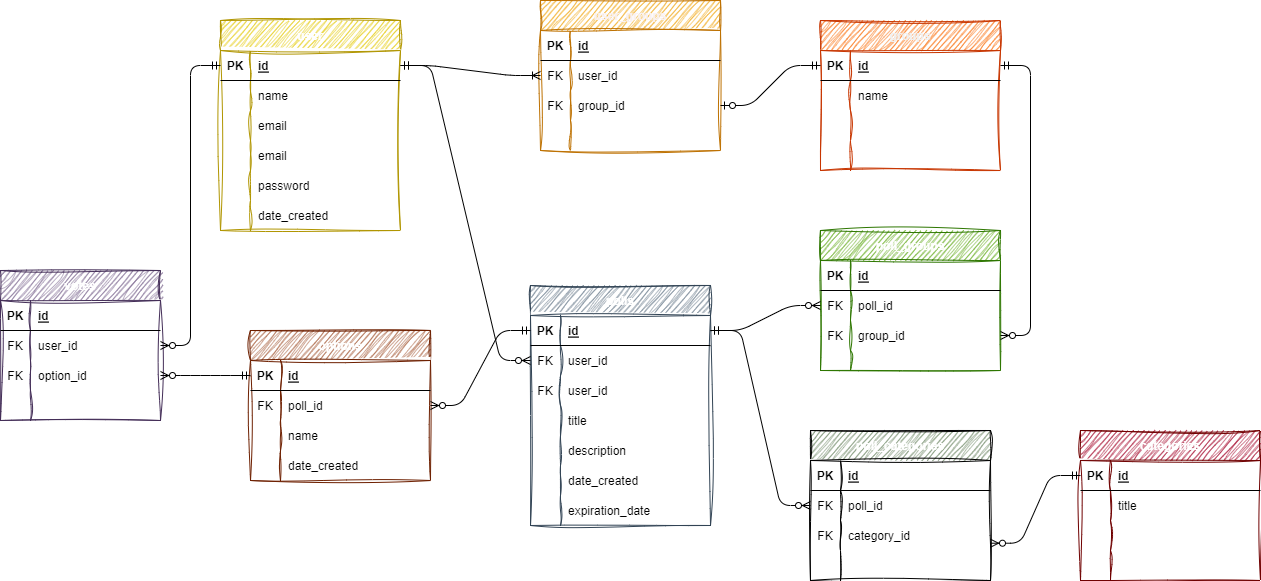
ttngbt06/Group4-Pole-Meet-Up keeps this draw.io diagram as Project 2 ERD.drawio.png. Above is the earlier version. Source tidied: cells renumbered, new cells last; positions are measured from the earlier drawing's top-left corner, leaving out a move shared by most shapes.
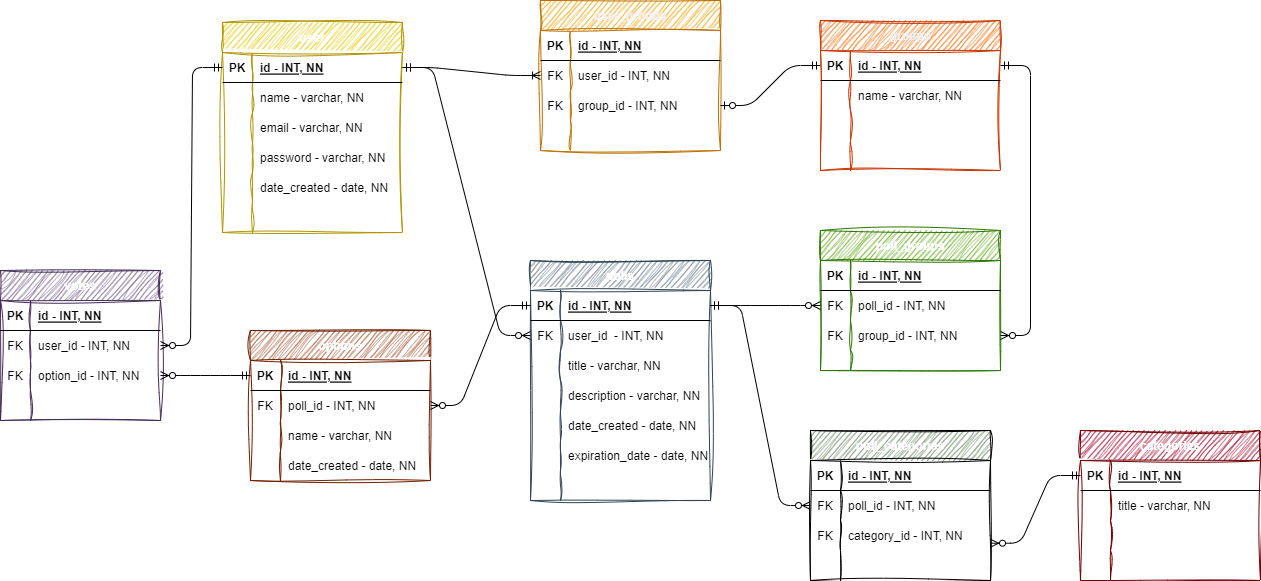
Above is the later version.

Commit message:
updated data types

Change to the diagram source:
```diff
@@ -13,3 +13,3 @@
     </mxCell>
-    <mxCell id="5" value="id" style="shape=partialRectangle;fillColor=none;top=0;left=0;bottom=0;right=0;align=left;spacingLeft=6;fontStyle=5;overflow=hidden;" parent="3" vertex="1">
+    <mxCell id="5" value="id - INT, NN" style="shape=partialRectangle;fillColor=none;top=0;left=0;bottom=0;right=0;align=left;spacingLeft=6;fontStyle=5;overflow=hidden;" parent="3" vertex="1">
       <mxGeometry x="30" width="150" height="30" as="geometry" />
@@ -22,3 +22,3 @@
     </mxCell>
-    <mxCell id="8" value="name" style="shape=partialRectangle;fillColor=none;top=0;left=0;bottom=0;right=0;align=left;spacingLeft=6;overflow=hidden;" parent="6" vertex="1">
+    <mxCell id="8" value="name - varchar, NN" style="shape=partialRectangle;fillColor=none;top=0;left=0;bottom=0;right=0;align=left;spacingLeft=6;overflow=hidden;" parent="6" vertex="1">
       <mxGeometry x="30" width="150" height="30" as="geometry" />
@@ -44,3 +44,3 @@
     <mxCell id="15" value="polls" style="shape=table;startSize=30;rowLines=0;fontStyle=1;align=center;fillColor=#647687;fontColor=#ffffff;strokeColor=#314354;swimlaneFillColor=default;sketch=1;curveFitting=1;jiggle=2;" parent="1" vertex="1">
-      <mxGeometry x="530" y="285" width="180" height="240" as="geometry" />
+      <mxGeometry x="530" y="260" width="180" height="240" as="geometry" />
     </mxCell>
@@ -52,3 +52,3 @@
     </mxCell>
-    <mxCell id="18" value="id" style="shape=partialRectangle;fillColor=none;top=0;left=0;bottom=0;right=0;align=left;spacingLeft=6;fontStyle=5;overflow=hidden;" parent="16" vertex="1">
+    <mxCell id="18" value="id - INT, NN" style="shape=partialRectangle;fillColor=none;top=0;left=0;bottom=0;right=0;align=left;spacingLeft=6;fontStyle=5;overflow=hidden;" parent="16" vertex="1">
       <mxGeometry x="30" width="150" height="30" as="geometry" />
@@ -61,16 +61,7 @@
     </mxCell>
-    <mxCell id="21" value="user_id   " style="shape=partialRectangle;fillColor=none;top=0;left=0;bottom=0;right=0;align=left;spacingLeft=6;overflow=hidden;" parent="19" vertex="1">
+    <mxCell id="21" value="user_id  - INT, NN" style="shape=partialRectangle;fillColor=none;top=0;left=0;bottom=0;right=0;align=left;spacingLeft=6;overflow=hidden;" parent="19" vertex="1">
       <mxGeometry x="30" width="150" height="30" as="geometry" />
     </mxCell>
-    <mxCell id="22" style="shape=tableRow;horizontal=0;startSize=0;swimlaneHead=0;swimlaneBody=0;fillColor=none;top=0;left=0;right=0;bottom=0;" parent="15" vertex="1">
-      <mxGeometry y="90" width="180" height="30" as="geometry" />
-    </mxCell>
-    <mxCell id="23" value="FK" style="shape=partialRectangle;fillColor=none;top=0;left=0;bottom=0;right=0;overflow=hidden;" parent="22" vertex="1">
-      <mxGeometry width="30" height="30" as="geometry" />
-    </mxCell>
-    <mxCell id="24" value="user_id   " style="shape=partialRectangle;fillColor=none;top=0;left=0;bottom=0;right=0;align=left;spacingLeft=6;overflow=hidden;" parent="22" vertex="1">
-      <mxGeometry x="30" width="150" height="30" as="geometry" />
-    </mxCell>
     <mxCell id="25" style="shape=tableRow;horizontal=0;startSize=0;swimlaneHead=0;swimlaneBody=0;fillColor=none;top=0;left=0;right=0;bottom=0;" parent="15" vertex="1">
-      <mxGeometry y="120" width="180" height="30" as="geometry" />
+      <mxGeometry y="90" width="180" height="30" as="geometry" />
     </mxCell>
@@ -79,3 +70,3 @@
     </mxCell>
-    <mxCell id="27" value="title" style="shape=partialRectangle;fillColor=none;top=0;left=0;bottom=0;right=0;align=left;spacingLeft=6;overflow=hidden;" parent="25" vertex="1">
+    <mxCell id="27" value="title - varchar, NN" style="shape=partialRectangle;fillColor=none;top=0;left=0;bottom=0;right=0;align=left;spacingLeft=6;overflow=hidden;" parent="25" vertex="1">
       <mxGeometry x="30" width="150" height="30" as="geometry" />
@@ -83,3 +74,3 @@
     <mxCell id="28" style="shape=tableRow;horizontal=0;startSize=0;swimlaneHead=0;swimlaneBody=0;fillColor=none;top=0;left=0;right=0;bottom=0;" parent="15" vertex="1">
-      <mxGeometry y="150" width="180" height="30" as="geometry" />
+      <mxGeometry y="120" width="180" height="30" as="geometry" />
     </mxCell>
@@ -88,3 +79,3 @@
     </mxCell>
-    <mxCell id="30" value="description" style="shape=partialRectangle;fillColor=none;top=0;left=0;bottom=0;right=0;align=left;spacingLeft=6;overflow=hidden;" parent="28" vertex="1">
+    <mxCell id="30" value="description - varchar, NN" style="shape=partialRectangle;fillColor=none;top=0;left=0;bottom=0;right=0;align=left;spacingLeft=6;overflow=hidden;" parent="28" vertex="1">
       <mxGeometry x="30" width="150" height="30" as="geometry" />
@@ -92,3 +83,3 @@
     <mxCell id="31" style="shape=tableRow;horizontal=0;startSize=0;swimlaneHead=0;swimlaneBody=0;fillColor=none;top=0;left=0;right=0;bottom=0;" parent="15" vertex="1">
-      <mxGeometry y="180" width="180" height="30" as="geometry" />
+      <mxGeometry y="150" width="180" height="30" as="geometry" />
     </mxCell>
@@ -97,3 +88,3 @@
     </mxCell>
-    <mxCell id="33" value="date_created" style="shape=partialRectangle;fillColor=none;top=0;left=0;bottom=0;right=0;align=left;spacingLeft=6;overflow=hidden;" parent="31" vertex="1">
+    <mxCell id="33" value="date_created - date, NN" style="shape=partialRectangle;fillColor=none;top=0;left=0;bottom=0;right=0;align=left;spacingLeft=6;overflow=hidden;" parent="31" vertex="1">
       <mxGeometry x="30" width="150" height="30" as="geometry" />
@@ -101,3 +92,3 @@
     <mxCell id="34" style="shape=tableRow;horizontal=0;startSize=0;swimlaneHead=0;swimlaneBody=0;fillColor=none;top=0;left=0;right=0;bottom=0;" parent="15" vertex="1">
-      <mxGeometry y="210" width="180" height="30" as="geometry" />
+      <mxGeometry y="180" width="180" height="30" as="geometry" />
     </mxCell>
@@ -106,5 +97,14 @@
     </mxCell>
-    <mxCell id="36" value="expiration_date" style="shape=partialRectangle;fillColor=none;top=0;left=0;bottom=0;right=0;align=left;spacingLeft=6;overflow=hidden;" parent="34" vertex="1">
+    <mxCell id="36" value="expiration_date - date, NN" style="shape=partialRectangle;fillColor=none;top=0;left=0;bottom=0;right=0;align=left;spacingLeft=6;overflow=hidden;" parent="34" vertex="1">
       <mxGeometry x="30" width="150" height="30" as="geometry" />
     </mxCell>
+    <mxCell id="22" style="shape=tableRow;horizontal=0;startSize=0;swimlaneHead=0;swimlaneBody=0;fillColor=none;top=0;left=0;right=0;bottom=0;" parent="15" vertex="1">
+      <mxGeometry y="210" width="180" height="30" as="geometry" />
+    </mxCell>
+    <mxCell id="23" style="shape=partialRectangle;fillColor=none;top=0;left=0;bottom=0;right=0;overflow=hidden;" parent="22" vertex="1">
+      <mxGeometry width="30" height="30" as="geometry" />
+    </mxCell>
+    <mxCell id="24" style="shape=partialRectangle;fillColor=none;top=0;left=0;bottom=0;right=0;align=left;spacingLeft=6;overflow=hidden;" parent="22" vertex="1">
+      <mxGeometry x="30" width="150" height="30" as="geometry" />
+    </mxCell>
     <mxCell id="37" value="poll_groups" style="shape=table;startSize=30;rowLines=0;fontStyle=1;align=center;fillColor=#60a917;strokeColor=#2D7600;fontColor=#ffffff;swimlaneFillColor=default;sketch=1;curveFitting=1;jiggle=2;" parent="1" vertex="1">
@@ -118,3 +118,3 @@
     </mxCell>
-    <mxCell id="40" value="id" style="shape=partialRectangle;fillColor=none;top=0;left=0;bottom=0;right=0;align=left;spacingLeft=6;fontStyle=5;overflow=hidden;" parent="38" vertex="1">
+    <mxCell id="40" value="id - INT, NN" style="shape=partialRectangle;fillColor=none;top=0;left=0;bottom=0;right=0;align=left;spacingLeft=6;fontStyle=5;overflow=hidden;" parent="38" vertex="1">
       <mxGeometry x="30" width="150" height="30" as="geometry" />
@@ -127,3 +127,3 @@
     </mxCell>
-    <mxCell id="43" value="poll_id" style="shape=partialRectangle;fillColor=none;top=0;left=0;bottom=0;right=0;align=left;spacingLeft=6;overflow=hidden;" parent="41" vertex="1">
+    <mxCell id="43" value="poll_id - INT, NN" style="shape=partialRectangle;fillColor=none;top=0;left=0;bottom=0;right=0;align=left;spacingLeft=6;overflow=hidden;" parent="41" vertex="1">
       <mxGeometry x="30" width="150" height="30" as="geometry" />
@@ -136,3 +136,3 @@
     </mxCell>
-    <mxCell id="46" value="group_id" style="shape=partialRectangle;fillColor=none;top=0;left=0;bottom=0;right=0;align=left;spacingLeft=6;overflow=hidden;" parent="44" vertex="1">
+    <mxCell id="46" value="group_id - INT, NN" style="shape=partialRectangle;fillColor=none;top=0;left=0;bottom=0;right=0;align=left;spacingLeft=6;overflow=hidden;" parent="44" vertex="1">
       <mxGeometry x="30" width="150" height="30" as="geometry" />
@@ -157,3 +157,3 @@
     </mxCell>
-    <mxCell id="53" value="id" style="shape=partialRectangle;fillColor=none;top=0;left=0;bottom=0;right=0;align=left;spacingLeft=6;fontStyle=5;overflow=hidden;" parent="51" vertex="1">
+    <mxCell id="53" value="id - INT, NN" style="shape=partialRectangle;fillColor=none;top=0;left=0;bottom=0;right=0;align=left;spacingLeft=6;fontStyle=5;overflow=hidden;" parent="51" vertex="1">
       <mxGeometry x="30" width="150" height="30" as="geometry" />
@@ -166,3 +166,3 @@
     </mxCell>
-    <mxCell id="56" value="poll_id" style="shape=partialRectangle;fillColor=none;top=0;left=0;bottom=0;right=0;align=left;spacingLeft=6;overflow=hidden;" parent="54" vertex="1">
+    <mxCell id="56" value="poll_id - INT, NN" style="shape=partialRectangle;fillColor=none;top=0;left=0;bottom=0;right=0;align=left;spacingLeft=6;overflow=hidden;" parent="54" vertex="1">
       <mxGeometry x="30" width="150" height="30" as="geometry" />
@@ -175,3 +175,3 @@
     </mxCell>
-    <mxCell id="59" value="name" style="shape=partialRectangle;fillColor=none;top=0;left=0;bottom=0;right=0;align=left;spacingLeft=6;overflow=hidden;" parent="57" vertex="1">
+    <mxCell id="59" value="name - varchar, NN" style="shape=partialRectangle;fillColor=none;top=0;left=0;bottom=0;right=0;align=left;spacingLeft=6;overflow=hidden;" parent="57" vertex="1">
       <mxGeometry x="30" width="150" height="30" as="geometry" />
@@ -184,3 +184,3 @@
     </mxCell>
-    <mxCell id="62" value="date_created" style="shape=partialRectangle;fillColor=none;top=0;left=0;bottom=0;right=0;align=left;spacingLeft=6;overflow=hidden;" parent="60" vertex="1">
+    <mxCell id="62" value="date_created - date, NN" style="shape=partialRectangle;fillColor=none;top=0;left=0;bottom=0;right=0;align=left;spacingLeft=6;overflow=hidden;" parent="60" vertex="1">
       <mxGeometry x="30" width="150" height="30" as="geometry" />
@@ -196,3 +196,3 @@
     </mxCell>
-    <mxCell id="66" value="id" style="shape=partialRectangle;fillColor=none;top=0;left=0;bottom=0;right=0;align=left;spacingLeft=6;fontStyle=5;overflow=hidden;" parent="64" vertex="1">
+    <mxCell id="66" value="id - INT, NN" style="shape=partialRectangle;fillColor=none;top=0;left=0;bottom=0;right=0;align=left;spacingLeft=6;fontStyle=5;overflow=hidden;" parent="64" vertex="1">
       <mxGeometry x="30" width="130" height="30" as="geometry" />
@@ -205,3 +205,3 @@
     </mxCell>
-    <mxCell id="69" value="user_id" style="shape=partialRectangle;fillColor=none;top=0;left=0;bottom=0;right=0;align=left;spacingLeft=6;overflow=hidden;" parent="67" vertex="1">
+    <mxCell id="69" value="user_id - INT, NN" style="shape=partialRectangle;fillColor=none;top=0;left=0;bottom=0;right=0;align=left;spacingLeft=6;overflow=hidden;" parent="67" vertex="1">
       <mxGeometry x="30" width="130" height="30" as="geometry" />
@@ -214,3 +214,3 @@
     </mxCell>
-    <mxCell id="72" value="option_id" style="shape=partialRectangle;fillColor=none;top=0;left=0;bottom=0;right=0;align=left;spacingLeft=6;overflow=hidden;" parent="70" vertex="1">
+    <mxCell id="72" value="option_id - INT, NN" style="shape=partialRectangle;fillColor=none;top=0;left=0;bottom=0;right=0;align=left;spacingLeft=6;overflow=hidden;" parent="70" vertex="1">
       <mxGeometry x="30" width="130" height="30" as="geometry" />
@@ -235,3 +235,3 @@
     </mxCell>
-    <mxCell id="79" value="id" style="shape=partialRectangle;fillColor=none;top=0;left=0;bottom=0;right=0;align=left;spacingLeft=6;fontStyle=5;overflow=hidden;" parent="77" vertex="1">
+    <mxCell id="79" value="id - INT, NN" style="shape=partialRectangle;fillColor=none;top=0;left=0;bottom=0;right=0;align=left;spacingLeft=6;fontStyle=5;overflow=hidden;" parent="77" vertex="1">
       <mxGeometry x="30" width="150" height="30" as="geometry" />
@@ -244,3 +244,3 @@
     </mxCell>
-    <mxCell id="82" value="poll_id" style="shape=partialRectangle;fillColor=none;top=0;left=0;bottom=0;right=0;align=left;spacingLeft=6;overflow=hidden;" parent="80" vertex="1">
+    <mxCell id="82" value="poll_id - INT, NN" style="shape=partialRectangle;fillColor=none;top=0;left=0;bottom=0;right=0;align=left;spacingLeft=6;overflow=hidden;" parent="80" vertex="1">
       <mxGeometry x="30" width="150" height="30" as="geometry" />
@@ -253,3 +253,3 @@
     </mxCell>
-    <mxCell id="85" value="category_id" style="shape=partialRectangle;fillColor=none;top=0;left=0;bottom=0;right=0;align=left;spacingLeft=6;overflow=hidden;" parent="83" vertex="1">
+    <mxCell id="85" value="category_id - INT, NN" style="shape=partialRectangle;fillColor=none;top=0;left=0;bottom=0;right=0;align=left;spacingLeft=6;overflow=hidden;" parent="83" vertex="1">
       <mxGeometry x="30" width="150" height="30" as="geometry" />
@@ -274,3 +274,3 @@
     </mxCell>
-    <mxCell id="92" value="id" style="shape=partialRectangle;fillColor=none;top=0;left=0;bottom=0;right=0;align=left;spacingLeft=6;fontStyle=5;overflow=hidden;" parent="90" vertex="1">
+    <mxCell id="92" value="id - INT, NN" style="shape=partialRectangle;fillColor=none;top=0;left=0;bottom=0;right=0;align=left;spacingLeft=6;fontStyle=5;overflow=hidden;" parent="90" vertex="1">
       <mxGeometry x="30" width="150" height="30" as="geometry" />
@@ -283,3 +283,3 @@
     </mxCell>
-    <mxCell id="95" value="title" style="shape=partialRectangle;fillColor=none;top=0;left=0;bottom=0;right=0;align=left;spacingLeft=6;overflow=hidden;" parent="93" vertex="1">
+    <mxCell id="95" value="title - varchar, NN" style="shape=partialRectangle;fillColor=none;top=0;left=0;bottom=0;right=0;align=left;spacingLeft=6;overflow=hidden;" parent="93" vertex="1">
       <mxGeometry x="30" width="150" height="30" as="geometry" />
@@ -305,3 +305,3 @@
     <mxCell id="102" value="user" style="shape=table;startSize=30;rowLines=0;fontStyle=1;align=center;fillColor=#e3c800;fontColor=#FFFFFF;strokeColor=#B09500;swimlaneFillColor=default;sketch=1;curveFitting=1;jiggle=2;" parent="1" vertex="1">
-      <mxGeometry x="220" y="20" width="180" height="210" as="geometry" />
+      <mxGeometry x="222" y="22" width="180" height="210" as="geometry" />
     </mxCell>
@@ -313,3 +313,3 @@
     </mxCell>
-    <mxCell id="105" value="id" style="shape=partialRectangle;fillColor=none;top=0;left=0;bottom=0;right=0;align=left;spacingLeft=6;fontStyle=5;overflow=hidden;" parent="103" vertex="1">
+    <mxCell id="105" value="id - INT, NN" style="shape=partialRectangle;fillColor=none;top=0;left=0;bottom=0;right=0;align=left;spacingLeft=6;fontStyle=5;overflow=hidden;" parent="103" vertex="1">
       <mxGeometry x="30" width="150" height="30" as="geometry" />
@@ -322,16 +322,7 @@
     </mxCell>
-    <mxCell id="108" value="name" style="shape=partialRectangle;fillColor=none;top=0;left=0;bottom=0;right=0;align=left;spacingLeft=6;overflow=hidden;" parent="106" vertex="1">
+    <mxCell id="108" value="name - varchar, NN" style="shape=partialRectangle;fillColor=none;top=0;left=0;bottom=0;right=0;align=left;spacingLeft=6;overflow=hidden;" parent="106" vertex="1">
       <mxGeometry x="30" width="150" height="30" as="geometry" />
     </mxCell>
-    <mxCell id="109" style="shape=tableRow;horizontal=0;startSize=0;swimlaneHead=0;swimlaneBody=0;fillColor=none;top=0;left=0;right=0;bottom=0;" parent="102" vertex="1">
-      <mxGeometry y="90" width="180" height="30" as="geometry" />
-    </mxCell>
-    <mxCell id="110" style="shape=partialRectangle;fillColor=none;top=0;left=0;bottom=0;right=0;overflow=hidden;" parent="109" vertex="1">
-      <mxGeometry width="30" height="30" as="geometry" />
-    </mxCell>
-    <mxCell id="111" value="email" style="shape=partialRectangle;fillColor=none;top=0;left=0;bottom=0;right=0;align=left;spacingLeft=6;overflow=hidden;" parent="109" vertex="1">
-      <mxGeometry x="30" width="150" height="30" as="geometry" />
-    </mxCell>
     <mxCell id="112" style="shape=tableRow;horizontal=0;startSize=0;swimlaneHead=0;swimlaneBody=0;fillColor=none;top=0;left=0;right=0;bottom=0;" parent="102" vertex="1">
-      <mxGeometry y="120" width="180" height="30" as="geometry" />
+      <mxGeometry y="90" width="180" height="30" as="geometry" />
     </mxCell>
@@ -340,3 +331,3 @@
     </mxCell>
-    <mxCell id="114" value="email" style="shape=partialRectangle;fillColor=none;top=0;left=0;bottom=0;right=0;align=left;spacingLeft=6;overflow=hidden;" parent="112" vertex="1">
+    <mxCell id="114" value="email - varchar, NN" style="shape=partialRectangle;fillColor=none;top=0;left=0;bottom=0;right=0;align=left;spacingLeft=6;overflow=hidden;" parent="112" vertex="1">
       <mxGeometry x="30" width="150" height="30" as="geometry" />
@@ -344,3 +335,3 @@
     <mxCell id="115" style="shape=tableRow;horizontal=0;startSize=0;swimlaneHead=0;swimlaneBody=0;fillColor=none;top=0;left=0;right=0;bottom=0;" parent="102" vertex="1">
-      <mxGeometry y="150" width="180" height="30" as="geometry" />
+      <mxGeometry y="120" width="180" height="30" as="geometry" />
     </mxCell>
@@ -349,3 +340,3 @@
     </mxCell>
-    <mxCell id="117" value="password" style="shape=partialRectangle;fillColor=none;top=0;left=0;bottom=0;right=0;align=left;spacingLeft=6;overflow=hidden;" parent="115" vertex="1">
+    <mxCell id="117" value="password - varchar, NN" style="shape=partialRectangle;fillColor=none;top=0;left=0;bottom=0;right=0;align=left;spacingLeft=6;overflow=hidden;" parent="115" vertex="1">
       <mxGeometry x="30" width="150" height="30" as="geometry" />
@@ -353,3 +344,3 @@
     <mxCell id="118" style="shape=tableRow;horizontal=0;startSize=0;swimlaneHead=0;swimlaneBody=0;fillColor=none;top=0;left=0;right=0;bottom=0;" parent="102" vertex="1">
-      <mxGeometry y="180" width="180" height="30" as="geometry" />
+      <mxGeometry y="150" width="180" height="30" as="geometry" />
     </mxCell>
@@ -358,5 +349,14 @@
     </mxCell>
-    <mxCell id="120" value="date_created" style="shape=partialRectangle;fillColor=none;top=0;left=0;bottom=0;right=0;align=left;spacingLeft=6;overflow=hidden;" parent="118" vertex="1">
+    <mxCell id="120" value="date_created - date, NN" style="shape=partialRectangle;fillColor=none;top=0;left=0;bottom=0;right=0;align=left;spacingLeft=6;overflow=hidden;" parent="118" vertex="1">
       <mxGeometry x="30" width="150" height="30" as="geometry" />
     </mxCell>
+    <mxCell id="109" style="shape=tableRow;horizontal=0;startSize=0;swimlaneHead=0;swimlaneBody=0;fillColor=none;top=0;left=0;right=0;bottom=0;" parent="102" vertex="1">
+      <mxGeometry y="180" width="180" height="30" as="geometry" />
+    </mxCell>
+    <mxCell id="110" style="shape=partialRectangle;fillColor=none;top=0;left=0;bottom=0;right=0;overflow=hidden;" parent="109" vertex="1">
+      <mxGeometry width="30" height="30" as="geometry" />
+    </mxCell>
+    <mxCell id="111" style="shape=partialRectangle;fillColor=none;top=0;left=0;bottom=0;right=0;align=left;spacingLeft=6;overflow=hidden;" parent="109" vertex="1">
+      <mxGeometry x="30" width="150" height="30" as="geometry" />
+    </mxCell>
     <mxCell id="121" value="user_groups" style="shape=table;startSize=30;rowLines=0;fontStyle=1;align=center;fillColor=#f0a30a;fontColor=#f9f1f1;strokeColor=#BD7000;swimlaneFillColor=default;sketch=1;curveFitting=1;jiggle=2;" parent="1" vertex="1">
@@ -370,3 +370,3 @@
     </mxCell>
-    <mxCell id="124" value="id" style="shape=partialRectangle;fillColor=none;top=0;left=0;bottom=0;right=0;align=left;spacingLeft=6;fontStyle=5;overflow=hidden;" parent="122" vertex="1">
+    <mxCell id="124" value="id - INT, NN" style="shape=partialRectangle;fillColor=none;top=0;left=0;bottom=0;right=0;align=left;spacingLeft=6;fontStyle=5;overflow=hidden;" parent="122" vertex="1">
       <mxGeometry x="30" width="150" height="30" as="geometry" />
@@ -379,3 +379,3 @@
     </mxCell>
-    <mxCell id="127" value="user_id" style="shape=partialRectangle;fillColor=none;top=0;left=0;bottom=0;right=0;align=left;spacingLeft=6;overflow=hidden;" parent="125" vertex="1">
+    <mxCell id="127" value="user_id - INT, NN" style="shape=partialRectangle;fillColor=none;top=0;left=0;bottom=0;right=0;align=left;spacingLeft=6;overflow=hidden;" parent="125" vertex="1">
       <mxGeometry x="30" width="150" height="30" as="geometry" />
@@ -388,3 +388,3 @@
     </mxCell>
-    <mxCell id="130" value="group_id" style="shape=partialRectangle;fillColor=none;top=0;left=0;bottom=0;right=0;align=left;spacingLeft=6;overflow=hidden;" parent="128" vertex="1">
+    <mxCell id="130" value="group_id - INT, NN" style="shape=partialRectangle;fillColor=none;top=0;left=0;bottom=0;right=0;align=left;spacingLeft=6;overflow=hidden;" parent="128" vertex="1">
       <mxGeometry x="30" width="150" height="30" as="geometry" />
```
